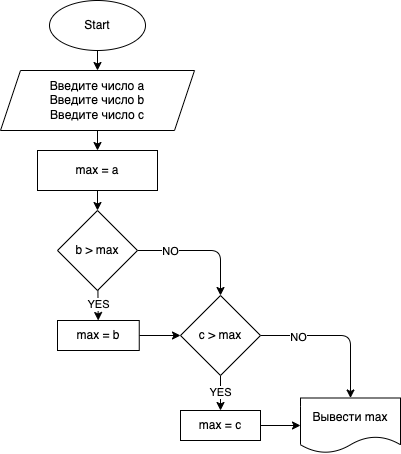
The draw.io diagram TourC#/ex004/ex004.drawio.png in retedominus/TourC, before a commit. Source tidied: cells renumbered, new cells last; positions are measured from the earlier drawing's top-left corner, leaving out a move shared by most shapes. Its diagram source:
```xml
<mxGraphModel>
  <root>
    <mxCell id="0" />
    <mxCell id="1" parent="0" />
    <mxCell id="2" style="edgeStyle=none;html=1;" parent="1" edge="1" source="3" target="5">
      <mxGeometry relative="1" as="geometry" />
    </mxCell>
    <mxCell id="3" value="Start" style="ellipse;whiteSpace=wrap;html=1;fillColor=default;strokeColor=default;sketch=0;noLabel=0;" parent="1" vertex="1">
      <mxGeometry x="49" width="96" height="50" as="geometry" />
    </mxCell>
    <mxCell id="4" style="edgeStyle=none;html=1;" parent="1" edge="1" source="5" target="7">
      <mxGeometry relative="1" as="geometry" />
    </mxCell>
    <mxCell id="5" value="Введите число a&lt;br&gt;Введите число b&lt;br&gt;Введите число c" style="shape=parallelogram;perimeter=parallelogramPerimeter;whiteSpace=wrap;html=1;fixedSize=1;sketch=0;strokeColor=default;fillColor=default;" parent="1" vertex="1">
      <mxGeometry y="70" width="194" height="60" as="geometry" />
    </mxCell>
    <mxCell id="6" style="edgeStyle=none;html=1;" parent="1" edge="1" source="7" target="12">
      <mxGeometry relative="1" as="geometry" />
    </mxCell>
    <mxCell id="7" value="max = a" style="whiteSpace=wrap;html=1;sketch=0;" parent="1" vertex="1">
      <mxGeometry x="37" y="150" width="120" height="40" as="geometry" />
    </mxCell>
    <mxCell id="8" style="edgeStyle=none;html=1;" parent="1" edge="1" source="12" target="14">
      <mxGeometry relative="1" as="geometry" />
    </mxCell>
    <mxCell id="9" value="YES" style="edgeLabel;html=1;align=center;verticalAlign=middle;" parent="8" vertex="1">
      <mxGeometry x="-0.05" relative="1" as="geometry" />
    </mxCell>
    <mxCell id="10" style="edgeStyle=none;html=1;exitX=1;exitY=0.5;exitDx=0;exitDy=0;entryX=0.5;entryY=0;entryDx=0;entryDy=0;" parent="1" edge="1" source="12" target="19">
      <mxGeometry relative="1" as="geometry">
        <Array as="points">
          <mxPoint x="220" y="250" />
        </Array>
      </mxGeometry>
    </mxCell>
    <mxCell id="11" value="NO" style="edgeLabel;html=1;align=center;verticalAlign=middle;" parent="10" vertex="1">
      <mxGeometry x="-0.51" relative="1" as="geometry" />
    </mxCell>
    <mxCell id="12" value="b &amp;gt; max" style="rhombus;whiteSpace=wrap;html=1;sketch=0;" parent="1" vertex="1">
      <mxGeometry x="57" y="210" width="80" height="80" as="geometry" />
    </mxCell>
    <mxCell id="13" style="edgeStyle=none;html=1;" parent="1" edge="1" source="14" target="19">
      <mxGeometry relative="1" as="geometry" />
    </mxCell>
    <mxCell id="14" value="max = b" style="whiteSpace=wrap;html=1;sketch=0;" parent="1" vertex="1">
      <mxGeometry x="57" y="320" width="81.8" height="30" as="geometry" />
    </mxCell>
    <mxCell id="15" style="edgeStyle=none;html=1;" parent="1" edge="1" source="19" target="21">
      <mxGeometry relative="1" as="geometry" />
    </mxCell>
    <mxCell id="16" value="YES" style="edgeLabel;html=1;align=center;verticalAlign=middle;" parent="15" vertex="1">
      <mxGeometry x="-0.09" y="-1" relative="1" as="geometry" />
    </mxCell>
    <mxCell id="17" style="edgeStyle=none;html=1;exitX=1;exitY=0.5;exitDx=0;exitDy=0;entryX=0.5;entryY=0;entryDx=0;entryDy=0;" parent="1" edge="1" source="19" target="22">
      <mxGeometry relative="1" as="geometry">
        <Array as="points">
          <mxPoint x="350" y="335" />
        </Array>
      </mxGeometry>
    </mxCell>
    <mxCell id="18" value="NO" style="edgeLabel;html=1;align=center;verticalAlign=middle;" parent="17" vertex="1">
      <mxGeometry x="-0.51" y="-1" relative="1" as="geometry" />
    </mxCell>
    <mxCell id="19" value="c &amp;gt; max" style="rhombus;whiteSpace=wrap;html=1;sketch=0;" parent="1" vertex="1">
      <mxGeometry x="180" y="295" width="80" height="80" as="geometry" />
    </mxCell>
    <mxCell id="20" style="edgeStyle=none;html=1;" parent="1" edge="1" source="21" target="22">
      <mxGeometry relative="1" as="geometry" />
    </mxCell>
    <mxCell id="21" value="max = c" style="whiteSpace=wrap;html=1;sketch=0;" parent="1" vertex="1">
      <mxGeometry x="180" y="410" width="80" height="30" as="geometry" />
    </mxCell>
    <mxCell id="22" value="Вывести max" style="shape=document;whiteSpace=wrap;html=1;boundedLbl=1;sketch=0;" parent="1" vertex="1">
      <mxGeometry x="300" y="397.5" width="100" height="55" as="geometry" />
    </mxCell>
  </root>
</mxGraphModel>
```
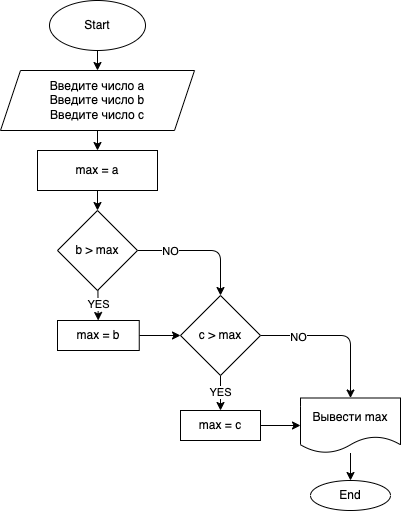
Later version of the same file.

The edit, as a diff of the source:
```diff
@@ -70,8 +70,14 @@
     <mxCell id="21" value="max = c" style="whiteSpace=wrap;html=1;sketch=0;" parent="1" vertex="1">
       <mxGeometry x="180" y="410" width="80" height="30" as="geometry" />
     </mxCell>
+    <mxCell id="23" style="edgeStyle=none;html=1;" parent="1" edge="1" source="22" target="24">
+      <mxGeometry relative="1" as="geometry" />
+    </mxCell>
     <mxCell id="22" value="Вывести max" style="shape=document;whiteSpace=wrap;html=1;boundedLbl=1;sketch=0;" parent="1" vertex="1">
       <mxGeometry x="300" y="397.5" width="100" height="55" as="geometry" />
     </mxCell>
+    <mxCell id="24" value="End" style="ellipse;whiteSpace=wrap;html=1;sketch=0;" parent="1" vertex="1">
+      <mxGeometry x="310" y="480" width="80" height="30" as="geometry" />
+    </mxCell>
   </root>
 </mxGraphModel>
```
